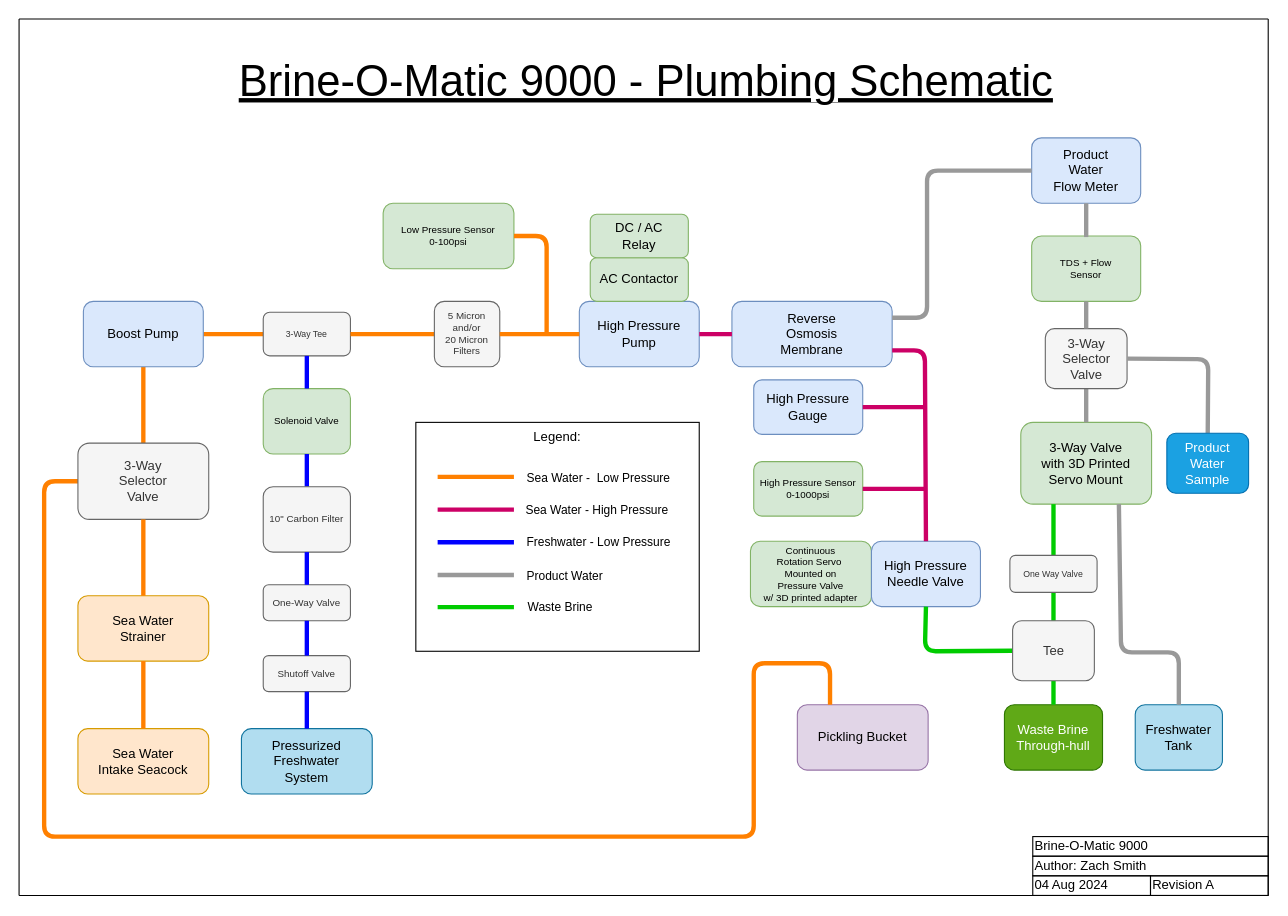
hoeken/brineomatic keeps this draw.io diagram as page "Plumbing" (1 of 4) of diagrams/Brine-o-Matic 9000.drawio. Above is the earlier version. Source tidied: cells renumbered, new cells numbered last; positions are measured from the earlier drawing's top-left corner, leaving out a move shared by most shapes. Both pictures are drawn from the tidied source at 109%, with x=0, y=0 at pixel (19, 19).
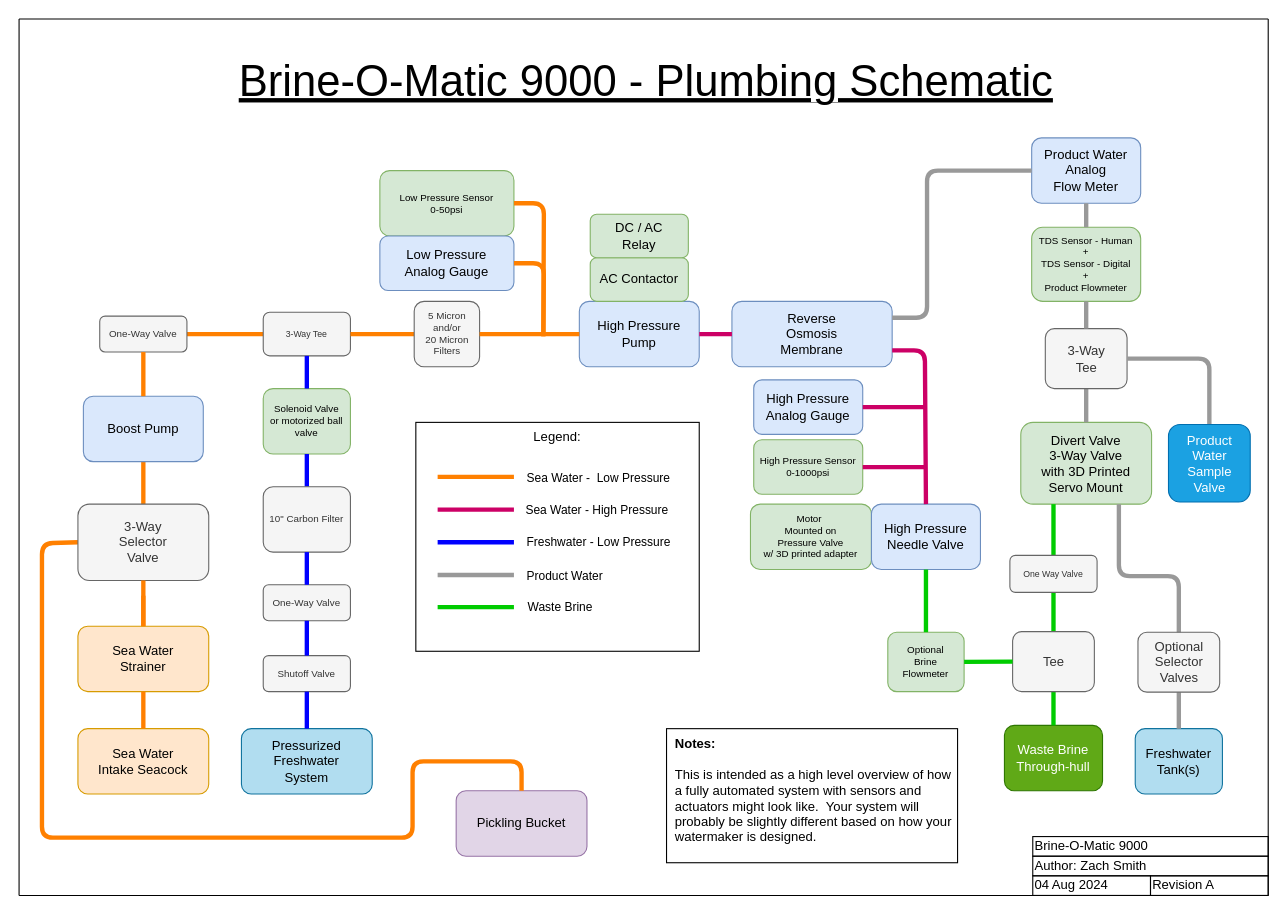
Above is the later version.

The change refers to these unchanged cells:
```xml
<mxCell id="29" value="3-Way Tee" style="rounded=1;whiteSpace=wrap;html=1;fillColor=#f5f5f5;strokeColor=#666666;fontColor=#333333;fontSize=8;" parent="1" vertex="1">
  <mxGeometry x="224" y="269" width="80" height="40" as="geometry" />
</mxCell>
```

What changed in the source:
```diff
@@
     <mxCell id="5" value="Pickling Bucket" style="rounded=1;whiteSpace=wrap;html=1;fillColor=#e1d5e7;strokeColor=#9673a6;" parent="1" vertex="1">
-      <mxGeometry x="714" y="629" width="120" height="60" as="geometry" />
+      <mxGeometry x="401" y="708" width="120" height="60" as="geometry" />
     </mxCell>
-    <mxCell id="6" style="endArrow=none;html=1;rounded=1;exitX=0.25;exitY=0;exitDx=0;exitDy=0;strokeColor=#FF8000;strokeWidth=4;entryX=0;entryY=0.5;entryDx=0;entryDy=0;" parent="1" edge="1" source="5" target="26">
+    <mxCell id="6" style="endArrow=none;html=1;rounded=1;exitX=0.5;exitY=0;exitDx=0;exitDy=0;strokeColor=#FF8000;strokeWidth=4;entryX=0;entryY=0.5;entryDx=0;entryDy=0;edgeStyle=orthogonalEdgeStyle;" parent="1" edge="1" source="5" target="26">
       <mxGeometry relative="1" as="geometry">
         <Array as="points">
-          <mxPoint x="744" y="591" />
-          <mxPoint x="674" y="591" />
-          <mxPoint x="674" y="750" />
-          <mxPoint x="23" y="750" />
-          <mxPoint x="23" y="424" />
+          <mxPoint x="461" y="681" />
+          <mxPoint x="361" y="681" />
+          <mxPoint x="361" y="751" />
+          <mxPoint x="21" y="751" />
+          <mxPoint x="21" y="481" />
+          <mxPoint x="54" y="481" />
         </Array>
       </mxGeometry>
     </mxCell>
@@
-    <mxCell id="9" value="Solenoid Valve" style="rounded=1;whiteSpace=wrap;html=1;fillColor=#d5e8d4;strokeColor=#82b366;fontSize=9;" parent="1" vertex="1">
+    <mxCell id="9" value="Solenoid Valve&lt;br&gt;or motorized ball valve" style="rounded=1;whiteSpace=wrap;html=1;fillColor=#d5e8d4;strokeColor=#82b366;fontSize=9;" parent="1" vertex="1">
       <mxGeometry x="224" y="339" width="80" height="60" as="geometry" />
     </mxCell>
@@
     <mxCell id="13" value="High Pressure Sensor&lt;br style=&quot;font-size: 9px;&quot;&gt;0-1000psi" style="rounded=1;whiteSpace=wrap;html=1;fillColor=#d5e8d4;strokeColor=#82b366;fontSize=9;" parent="1" vertex="1">
-      <mxGeometry x="674" y="406" width="100" height="50" as="geometry" />
+      <mxGeometry x="674" y="386" width="100" height="50" as="geometry" />
     </mxCell>
@@
-    <mxCell id="15" value="3-Way Valve&lt;br&gt;with 3D Printed&lt;br&gt;Servo Mount" style="rounded=1;whiteSpace=wrap;html=1;fillColor=#d5e8d4;strokeColor=#82b366;" parent="1" vertex="1">
+    <mxCell id="15" value="Divert Valve&lt;br&gt;3-Way Valve&lt;br&gt;with 3D Printed&lt;br&gt;Servo Mount" style="rounded=1;whiteSpace=wrap;html=1;fillColor=#d5e8d4;strokeColor=#82b366;" parent="1" vertex="1">
       <mxGeometry x="919" y="370" width="120" height="75" as="geometry" />
     </mxCell>
-    <mxCell id="16" value="TDS + Flow&lt;br style=&quot;font-size: 9px;&quot;&gt;Sensor" style="rounded=1;whiteSpace=wrap;html=1;fillColor=#d5e8d4;strokeColor=#82b366;fontSize=9;" parent="1" vertex="1">
-      <mxGeometry x="929" y="199" width="100" height="60" as="geometry" />
+    <mxCell id="16" value="TDS Sensor - Human&lt;br&gt;+&lt;br&gt;TDS Sensor - Digital&lt;br&gt;+&lt;br&gt;Product Flowmeter" style="rounded=1;whiteSpace=wrap;html=1;fillColor=#d5e8d4;strokeColor=#82b366;fontSize=9;" parent="1" vertex="1">
+      <mxGeometry x="929" y="191" width="100" height="68" as="geometry" />
     </mxCell>
     <mxCell id="17" value="Waste Brine&lt;br&gt;Through-hull" style="rounded=1;whiteSpace=wrap;html=1;fillColor=#60a917;fontColor=#ffffff;strokeColor=#2D7600;" parent="1" vertex="1">
-      <mxGeometry x="904" y="629" width="90" height="60" as="geometry" />
+      <mxGeometry x="904" y="648" width="90" height="60" as="geometry" />
     </mxCell>
@@
-    <mxCell id="19" value="Continuous&lt;br style=&quot;font-size: 9px;&quot;&gt;Rotation Servo&amp;nbsp;&lt;br style=&quot;font-size: 9px;&quot;&gt;Mounted on&lt;br style=&quot;font-size: 9px;&quot;&gt;Pressure Valve&lt;br style=&quot;font-size: 9px;&quot;&gt;w/ 3D printed adapter" style="rounded=1;whiteSpace=wrap;html=1;fillColor=#d5e8d4;strokeColor=#82b366;fontSize=9;" parent="1" vertex="1">
-      <mxGeometry x="671" y="479" width="111" height="60" as="geometry" />
+    <mxCell id="19" value="Motor&amp;nbsp;&lt;br style=&quot;font-size: 9px;&quot;&gt;Mounted on&lt;br style=&quot;font-size: 9px;&quot;&gt;Pressure Valve&lt;br style=&quot;font-size: 9px;&quot;&gt;w/ 3D printed adapter" style="rounded=1;whiteSpace=wrap;html=1;fillColor=#d5e8d4;strokeColor=#82b366;fontSize=9;" parent="1" vertex="1">
+      <mxGeometry x="671" y="445" width="111" height="60" as="geometry" />
     </mxCell>
-    <mxCell id="20" value="Freshwater&lt;br&gt;Tank" style="rounded=1;whiteSpace=wrap;html=1;fillColor=#b1ddf0;strokeColor=#10739e;" parent="1" vertex="1">
-      <mxGeometry x="1024" y="629" width="80" height="60" as="geometry" />
+    <mxCell id="20" value="Freshwater&lt;br&gt;Tank(s)" style="rounded=1;whiteSpace=wrap;html=1;fillColor=#b1ddf0;strokeColor=#10739e;" parent="1" vertex="1">
+      <mxGeometry x="1024" y="651" width="80" height="60" as="geometry" />
     </mxCell>
@@
     <mxCell id="25" value="Sea Water&lt;br&gt;Strainer" style="rounded=1;whiteSpace=wrap;html=1;fillColor=#ffe6cc;strokeColor=#d79b00;" parent="1" vertex="1">
-      <mxGeometry x="54" y="529" width="120" height="60" as="geometry" />
+      <mxGeometry x="54" y="557" width="120" height="60" as="geometry" />
     </mxCell>
     <mxCell id="26" value="3-Way&lt;br&gt;Selector&lt;br&gt;Valve" style="rounded=1;whiteSpace=wrap;html=1;fillColor=#f5f5f5;strokeColor=#666666;fontColor=#333333;" parent="1" vertex="1">
-      <mxGeometry x="54" y="389" width="120" height="70" as="geometry" />
+      <mxGeometry x="54" y="445" width="120" height="70" as="geometry" />
     </mxCell>
@@
-    <mxCell id="28" style="endArrow=none;html=1;rounded=0;strokeColor=#FF8000;strokeWidth=4;exitX=0;exitY=0.5;exitDx=0;exitDy=0;entryX=1;entryY=0.5;entryDx=0;entryDy=0;" parent="1" edge="1" source="29" target="55">
+    <mxCell id="28" style="endArrow=none;html=1;rounded=0;strokeColor=#FF8000;strokeWidth=4;exitX=0;exitY=0.5;exitDx=0;exitDy=0;entryX=1;entryY=0.5;entryDx=0;entryDy=0;" parent="1" edge="1" source="29" target="80">
       <mxGeometry relative="1" as="geometry" />
     </mxCell>
@@
     <mxCell id="33" value="5 Micron&lt;br&gt;and/or&lt;br&gt;20 Micron&lt;br&gt;Filters" style="rounded=1;whiteSpace=wrap;html=1;fillColor=#f5f5f5;strokeColor=#666666;fontSize=9;fontColor=#333333;" parent="1" vertex="1">
-      <mxGeometry x="381" y="259" width="60" height="60" as="geometry" />
+      <mxGeometry x="362.5" y="259" width="60" height="60" as="geometry" />
     </mxCell>
-    <mxCell id="34" style="endArrow=none;html=1;rounded=1;exitX=0.75;exitY=1;exitDx=0;exitDy=0;entryX=0.5;entryY=0;entryDx=0;entryDy=0;strokeColor=#999999;strokeWidth=4;startArrow=none;" parent="1" edge="1" source="15" target="20">
+    <mxCell id="34" style="endArrow=none;html=1;rounded=1;exitX=0.75;exitY=1;exitDx=0;exitDy=0;entryX=0.5;entryY=0;entryDx=0;entryDy=0;strokeColor=#999999;strokeWidth=4;startArrow=none;edgeStyle=orthogonalEdgeStyle;" parent="1" edge="1" source="15" target="20">
       <mxGeometry relative="1" as="geometry">
         <Array as="points">
-          <mxPoint x="1011" y="581" />
-          <mxPoint x="1064" y="581" />
+          <mxPoint x="1009" y="511" />
+          <mxPoint x="1064" y="511" />
         </Array>
       </mxGeometry>
     </mxCell>
@@
     <mxCell id="55" value="Boost Pump" style="rounded=1;whiteSpace=wrap;html=1;fillColor=#dae8fc;strokeColor=#6c8ebf;" parent="1" vertex="1">
-      <mxGeometry x="59" y="259" width="110" height="60" as="geometry" />
+      <mxGeometry x="59" y="346" width="110" height="60" as="geometry" />
     </mxCell>
@@
-    <mxCell id="58" value="Low Pressure Sensor&lt;br style=&quot;font-size: 9px;&quot;&gt;0-100psi" style="rounded=1;whiteSpace=wrap;html=1;fillColor=#d5e8d4;strokeColor=#82b366;fontSize=9;" parent="1" vertex="1">
-      <mxGeometry x="334" y="169" width="120" height="60" as="geometry" />
+    <mxCell id="58" value="Low Pressure Sensor&lt;br style=&quot;font-size: 9px;&quot;&gt;0-50psi" style="rounded=1;whiteSpace=wrap;html=1;fillColor=#d5e8d4;strokeColor=#82b366;fontSize=9;" parent="1" vertex="1">
+      <mxGeometry x="331" y="139" width="123" height="60" as="geometry" />
     </mxCell>
-    <mxCell id="59" style="endArrow=none;html=1;rounded=1;strokeColor=#FF8000;strokeWidth=4;exitX=1;exitY=0.5;exitDx=0;exitDy=0;" parent="1" edge="1" source="58">
+    <mxCell id="59" style="endArrow=none;html=1;rounded=1;strokeColor=#FF8000;strokeWidth=4;exitX=1;exitY=0.5;exitDx=0;exitDy=0;edgeStyle=orthogonalEdgeStyle;" parent="1" edge="1" source="58">
       <mxGeometry relative="1" as="geometry">
-        <mxPoint x="484" y="289" as="targetPoint" />
-        <Array as="points">
-          <mxPoint x="484" y="199" />
-        </Array>
+        <mxPoint x="481" y="291" as="targetPoint" />
       </mxGeometry>
     </mxCell>
@@
     <mxCell id="63" value="High Pressure&lt;br&gt;Needle Valve" style="rounded=1;whiteSpace=wrap;html=1;fillColor=#dae8fc;strokeColor=#6c8ebf;" parent="1" vertex="1">
-      <mxGeometry x="782" y="479" width="100" height="60" as="geometry" />
+      <mxGeometry x="782" y="445" width="100" height="60" as="geometry" />
     </mxCell>
@@
-    <mxCell id="65" value="High Pressure&lt;br&gt;Gauge" style="rounded=1;whiteSpace=wrap;html=1;fillColor=#dae8fc;strokeColor=#6c8ebf;" parent="1" vertex="1">
+    <mxCell id="65" value="High Pressure&lt;br&gt;Analog Gauge" style="rounded=1;whiteSpace=wrap;html=1;fillColor=#dae8fc;strokeColor=#6c8ebf;" parent="1" vertex="1">
       <mxGeometry x="674" y="331" width="100" height="50" as="geometry" />
     </mxCell>
     <mxCell id="66" style="endArrow=none;html=1;rounded=0;entryX=1;entryY=0.5;entryDx=0;entryDy=0;strokeColor=#CC0066;strokeWidth=4;startArrow=none;" parent="1" edge="1" target="13">
       <mxGeometry relative="1" as="geometry">
-        <mxPoint x="831" y="431" as="sourcePoint" />
+        <mxPoint x="831" y="411" as="sourcePoint" />
       </mxGeometry>
     </mxCell>
-    <mxCell id="67" style="endArrow=none;html=1;rounded=1;entryX=0;entryY=0.5;entryDx=0;entryDy=0;strokeColor=#00CC00;strokeWidth=4;exitX=0.5;exitY=1;exitDx=0;exitDy=0;" parent="1" edge="1" source="63" target="70">
-      <mxGeometry relative="1" as="geometry">
-        <Array as="points">
-          <mxPoint x="831" y="580" />
-        </Array>
-      </mxGeometry>
-    </mxCell>
@@
     <mxCell id="70" value="Tee" style="rounded=1;whiteSpace=wrap;html=1;fillColor=#f5f5f5;strokeColor=#666666;fontColor=#333333;" parent="1" vertex="1">
-      <mxGeometry x="911.5" y="552" width="75" height="55" as="geometry" />
+      <mxGeometry x="911.5" y="562" width="75" height="55" as="geometry" />
     </mxCell>
-    <mxCell id="71" value="3-Way&lt;br&gt;Selector&lt;br&gt;Valve" style="rounded=1;whiteSpace=wrap;html=1;fillColor=#f5f5f5;strokeColor=#666666;fontColor=#333333;" parent="1" vertex="1">
+    <mxCell id="71" value="3-Way&lt;br&gt;Tee" style="rounded=1;whiteSpace=wrap;html=1;fillColor=#f5f5f5;strokeColor=#666666;fontColor=#333333;" parent="1" vertex="1">
       <mxGeometry x="941.5" y="284" width="75" height="55" as="geometry" />
     </mxCell>
-    <mxCell id="72" style="endArrow=none;html=1;rounded=1;exitX=1;exitY=0.5;exitDx=0;exitDy=0;strokeColor=#999999;strokeWidth=4;startArrow=none;entryX=0.5;entryY=0;entryDx=0;entryDy=0;" parent="1" edge="1" source="71" target="73">
-      <mxGeometry relative="1" as="geometry">
-        <Array as="points">
-          <mxPoint x="1091" y="312" />
-        </Array>
-      </mxGeometry>
+    <mxCell id="72" style="endArrow=none;html=1;rounded=1;exitX=1;exitY=0.5;exitDx=0;exitDy=0;strokeColor=#999999;strokeWidth=4;startArrow=none;entryX=0.5;entryY=0;entryDx=0;entryDy=0;edgeStyle=orthogonalEdgeStyle;" parent="1" edge="1" source="71" target="73">
+      <mxGeometry relative="1" as="geometry" />
     </mxCell>
-    <mxCell id="73" value="Product&lt;br&gt;Water&lt;br&gt;Sample" style="rounded=1;whiteSpace=wrap;html=1;fillColor=#1ba1e2;strokeColor=#006EAF;fontColor=#ffffff;" parent="1" vertex="1">
-      <mxGeometry x="1053" y="380" width="75" height="55" as="geometry" />
+    <mxCell id="73" value="Product&lt;br&gt;Water&lt;br&gt;Sample&lt;br&gt;Valve" style="rounded=1;whiteSpace=wrap;html=1;fillColor=#1ba1e2;strokeColor=#006EAF;fontColor=#ffffff;" parent="1" vertex="1">
+      <mxGeometry x="1054.5" y="372" width="75" height="71" as="geometry" />
     </mxCell>
-    <mxCell id="74" value="Product&lt;br&gt;Water&lt;br&gt;Flow Meter" style="rounded=1;whiteSpace=wrap;html=1;fillColor=#dae8fc;strokeColor=#6c8ebf;" parent="1" vertex="1">
+    <mxCell id="74" value="Product Water&lt;br&gt;Analog&lt;br&gt;Flow Meter" style="rounded=1;whiteSpace=wrap;html=1;fillColor=#dae8fc;strokeColor=#6c8ebf;" parent="1" vertex="1">
       <mxGeometry x="929" y="109" width="100" height="60" as="geometry" />
     </mxCell>
@@
     <mxCell id="77" style="endArrow=none;html=1;rounded=1;entryX=0.5;entryY=1;entryDx=0;entryDy=0;strokeColor=#999999;strokeWidth=4;startArrow=none;" parent="1" edge="1" target="74">
       <mxGeometry relative="1" as="geometry">
-        <mxPoint x="979" y="200" as="sourcePoint" />
+        <mxPoint x="979" y="191" as="sourcePoint" />
       </mxGeometry>
     </mxCell>
@@
+    <mxCell id="80" value="One-Way Valve" style="rounded=1;whiteSpace=wrap;html=1;glass=0;shadow=0;fontSize=9;fillColor=#f5f5f5;fontColor=#333333;strokeColor=#666666;" parent="1" vertex="1">
+      <mxGeometry x="74" y="272.5" width="80" height="33" as="geometry" />
+    </mxCell>
+    <mxCell id="81" style="endArrow=none;html=1;rounded=0;strokeColor=#FF8000;strokeWidth=4;exitX=0.5;exitY=0;exitDx=0;exitDy=0;entryX=0.5;entryY=1;entryDx=0;entryDy=0;" parent="1" edge="1" source="55" target="80">
+      <mxGeometry relative="1" as="geometry" />
+    </mxCell>
+    <mxCell id="82" value="Low Pressure&lt;br&gt;Analog Gauge" style="rounded=1;whiteSpace=wrap;html=1;fillColor=#dae8fc;strokeColor=#6c8ebf;" parent="1" vertex="1">
+      <mxGeometry x="331" y="199" width="123" height="50" as="geometry" />
+    </mxCell>
+    <mxCell id="83" style="endArrow=none;html=1;rounded=1;strokeColor=#FF8000;strokeWidth=4;exitX=1;exitY=0.5;exitDx=0;exitDy=0;edgeStyle=orthogonalEdgeStyle;" parent="1" edge="1" source="82">
+      <mxGeometry relative="1" as="geometry">
+        <mxPoint x="481" y="291" as="targetPoint" />
+      </mxGeometry>
+    </mxCell>
+    <mxCell id="84" value="Optional&lt;br&gt;Selector&lt;br&gt;Valves" style="rounded=1;whiteSpace=wrap;html=1;fillColor=#f5f5f5;strokeColor=#666666;fontColor=#333333;" parent="1" vertex="1">
+      <mxGeometry x="1026.5" y="562.5" width="75" height="55" as="geometry" />
+    </mxCell>
+    <mxCell id="85" value="&lt;b&gt;Notes:&lt;/b&gt;&lt;br&gt;&lt;br&gt;This is intended as a high level overview of how a fully automated system with sensors and actuators might look like.&amp;nbsp; Your system will probably be slightly different based on how your watermaker is designed." style="rounded=0;whiteSpace=wrap;html=1;verticalAlign=top;align=left;perimeterSpacing=1;spacingLeft=6;spacingRight=5;" parent="1" vertex="1">
+      <mxGeometry x="594" y="651" width="267" height="123" as="geometry" />
+    </mxCell>
+    <mxCell id="86" value="Optional&lt;br&gt;Brine&lt;br&gt;Flowmeter" style="rounded=1;whiteSpace=wrap;html=1;fillColor=#d5e8d4;strokeColor=#82b366;fontSize=9;" parent="1" vertex="1">
+      <mxGeometry x="797" y="562.5" width="70" height="54.5" as="geometry" />
+    </mxCell>
+    <mxCell id="87" style="endArrow=none;html=1;rounded=0;entryX=1;entryY=0.5;entryDx=0;entryDy=0;strokeColor=#00CC00;strokeWidth=4;exitX=0;exitY=0.5;exitDx=0;exitDy=0;startArrow=none;" parent="1" edge="1" source="70" target="86">
+      <mxGeometry relative="1" as="geometry" />
+    </mxCell>
+    <mxCell id="88" style="endArrow=none;html=1;rounded=0;entryX=0.5;entryY=1;entryDx=0;entryDy=0;strokeColor=#00CC00;strokeWidth=4;exitX=0.5;exitY=0;exitDx=0;exitDy=0;startArrow=none;" parent="1" edge="1" source="86" target="63">
+      <mxGeometry relative="1" as="geometry" />
+    </mxCell>
```
